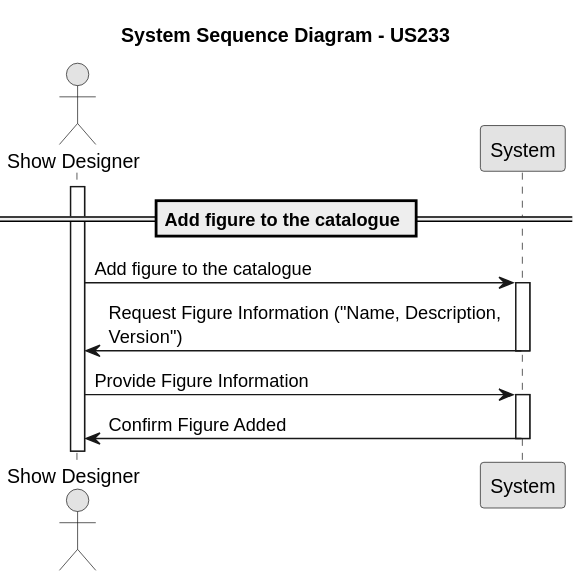
Above: docs/Sprint2/us_232/images/system-sequence-diagram-US232.svg in rubenFreitas1/ISEP-LAPR4-2024-2025 (PlantUML), before the change.
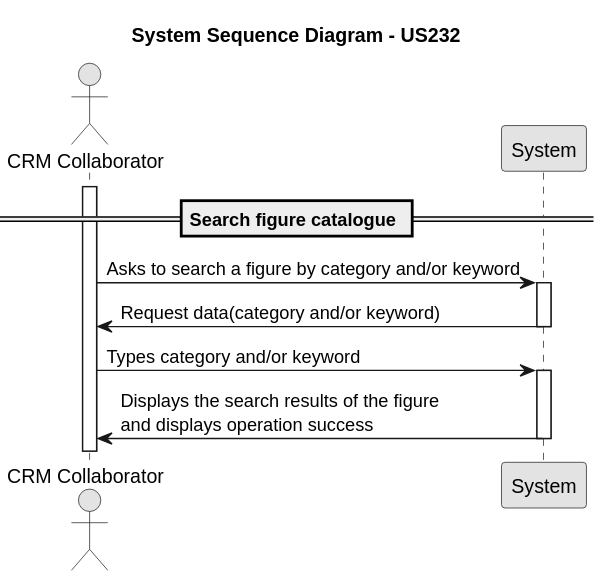
The same file after the commit.

Change to the diagram source:
```diff
@@ -3,23 +3,23 @@
 skinparam packageStyle rectangle
 skinparam shadowing false
 
-actor "Show Designer" as showDesigner
+actor "CRM Collaborator" as crmCollaborator
 participant "System" as system
 
-title System Sequence Diagram - US233
+title System Sequence Diagram - US232
 
-== Add figure to the catalogue ==
-activate showDesigner
+== Search figure catalogue ==
+activate crmCollaborator
 
-showDesigner -> system : Add figure to the catalogue
-activate system
+    crmCollaborator -> system : Asks to search a figure by category and/or keyword
+    activate system
 
-system -> showDesigner : Request Figure Information ("Name, Description, \nVersion")
-deactivate system
-showDesigner -> system : Provide Figure Information
+        system -> crmCollaborator : Request data(category and/or keyword)
+    deactivate system
+    crmCollaborator -> system : Types category and/or keyword
 
-activate system
+    activate system
 
-system -> showDesigner : Confirm Figure Added
-deactivate system
+        system -> crmCollaborator : Displays the search results of the figure \nand displays operation success
+    deactivate system
 @enduml
```
